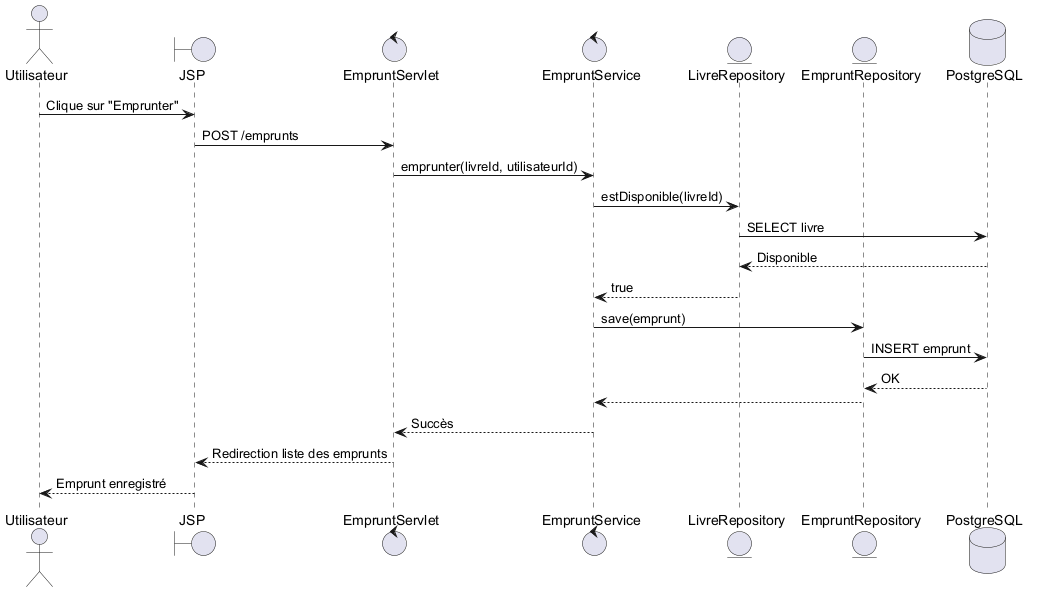
Before: DIAGRAMME/Dsequence_Emprunter_Livre.png, a diagram exported from PlantUML (k1znoz/Mediatheque_CDA).
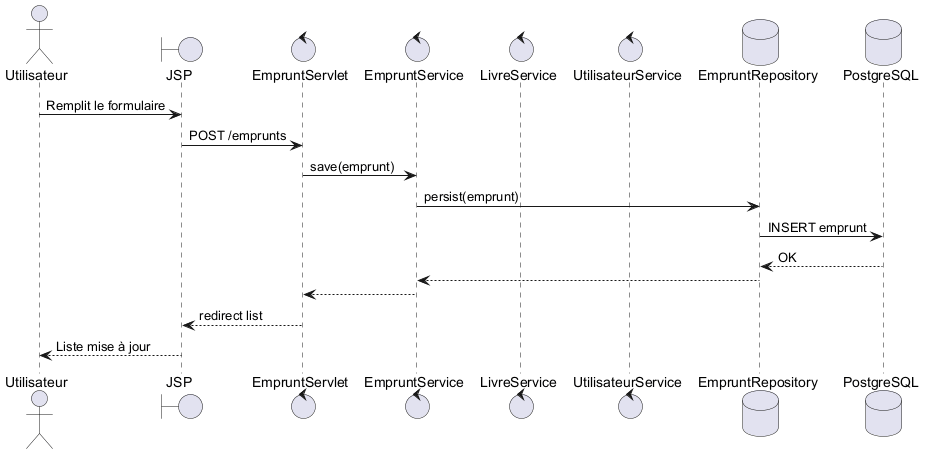
The same file after the commit.

Diff of the diagram source:
```diff
@@ -2,39 +2,38 @@
 
 actor Utilisateur
 
-boundary "JSP" as View
-control "EmpruntServlet" as Controller
-control "EmpruntService" as Service
-entity "LivreRepository" as LivreRepo
-entity "EmpruntRepository" as EmpruntRepo
+boundary JSP
+
+control EmpruntServlet
+
+control EmpruntService
+
+control LivreService
+
+control UtilisateurService
+
+database EmpruntRepository
+
 database PostgreSQL
 
-Utilisateur -> View : Clique sur "Emprunter"
+Utilisateur -> JSP : Remplit le formulaire
 
-View -> Controller : POST /emprunts
+JSP -> EmpruntServlet : POST /emprunts
 
-Controller -> Service : emprunter(livreId, utilisateurId)
+EmpruntServlet -> EmpruntService : save(emprunt)
 
-Service -> LivreRepo : estDisponible(livreId)
+EmpruntService -> EmpruntRepository : persist(emprunt)
 
-LivreRepo -> PostgreSQL : SELECT livre
+EmpruntRepository -> PostgreSQL : INSERT emprunt
 
-PostgreSQL --> LivreRepo : Disponible
+PostgreSQL --> EmpruntRepository : OK
 
-LivreRepo --> Service : true
+EmpruntRepository --> EmpruntService
 
-Service -> EmpruntRepo : save(emprunt)
+EmpruntService --> EmpruntServlet
 
-EmpruntRepo -> PostgreSQL : INSERT emprunt
+EmpruntServlet --> JSP : redirect list
 
-PostgreSQL --> EmpruntRepo : OK
-
-EmpruntRepo --> Service
-
-Service --> Controller : Succès
-
-Controller --> View : Redirection liste des emprunts
-
-View --> Utilisateur : Emprunt enregistré
+JSP --> Utilisateur : Liste mise à jour
 
 @enduml
```
